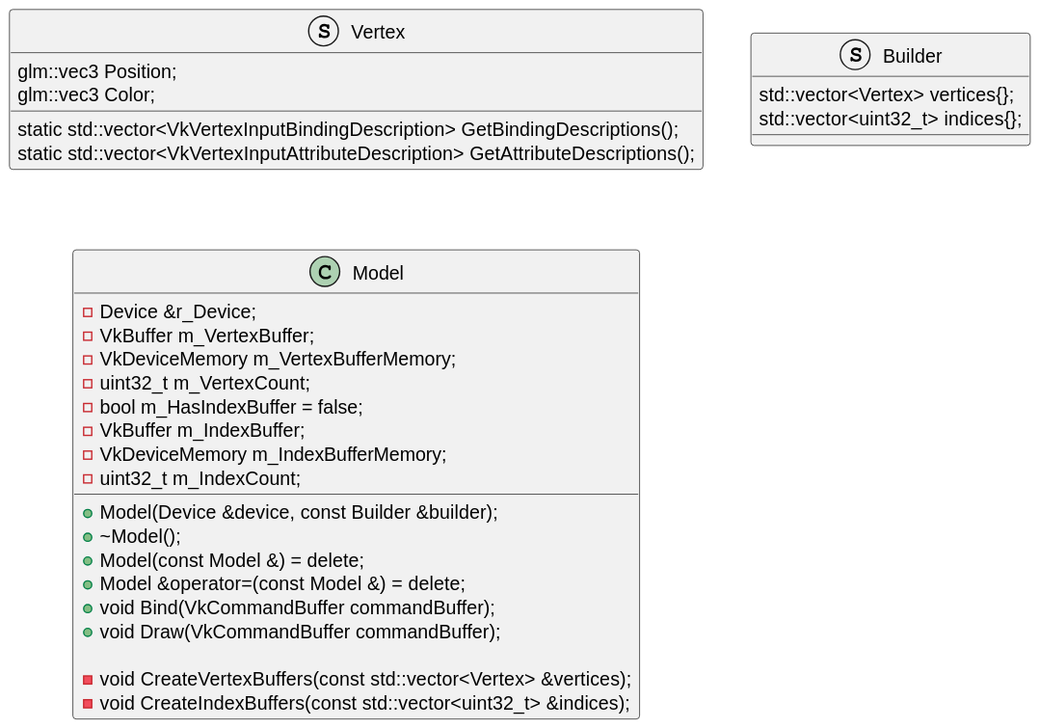
Before: res/model.svg, a diagram exported from PlantUML (BravoMando/BasicVulkanWarperUML). Source of this version:
```plantuml
@startuml
struct Vertex
{
    glm::vec3 Position;
    glm::vec3 Color;
    static std::vector<VkVertexInputBindingDescription> GetBindingDescriptions();
    static std::vector<VkVertexInputAttributeDescription> GetAttributeDescriptions();
}

struct Builder
{
    std::vector<Vertex> vertices{};
    std::vector<uint32_t> indices{};
}

class Model
{
    + Model(Device &device, const Builder &builder);
    + \~Model();
    + Model(const Model &) = delete;
    + Model &operator=(const Model &) = delete;
    + void Bind(VkCommandBuffer commandBuffer);
    + void Draw(VkCommandBuffer commandBuffer);

    - void CreateVertexBuffers(const std::vector<Vertex> &vertices);
    - void CreateIndexBuffers(const std::vector<uint32_t> &indices);

    - Device &r_Device;
    - VkBuffer m_VertexBuffer;
    - VkDeviceMemory m_VertexBufferMemory;
    - uint32_t m_VertexCount;
    - bool m_HasIndexBuffer = false;
    - VkBuffer m_IndexBuffer;
    - VkDeviceMemory m_IndexBufferMemory;
    - uint32_t m_IndexCount;
}
@enduml
```
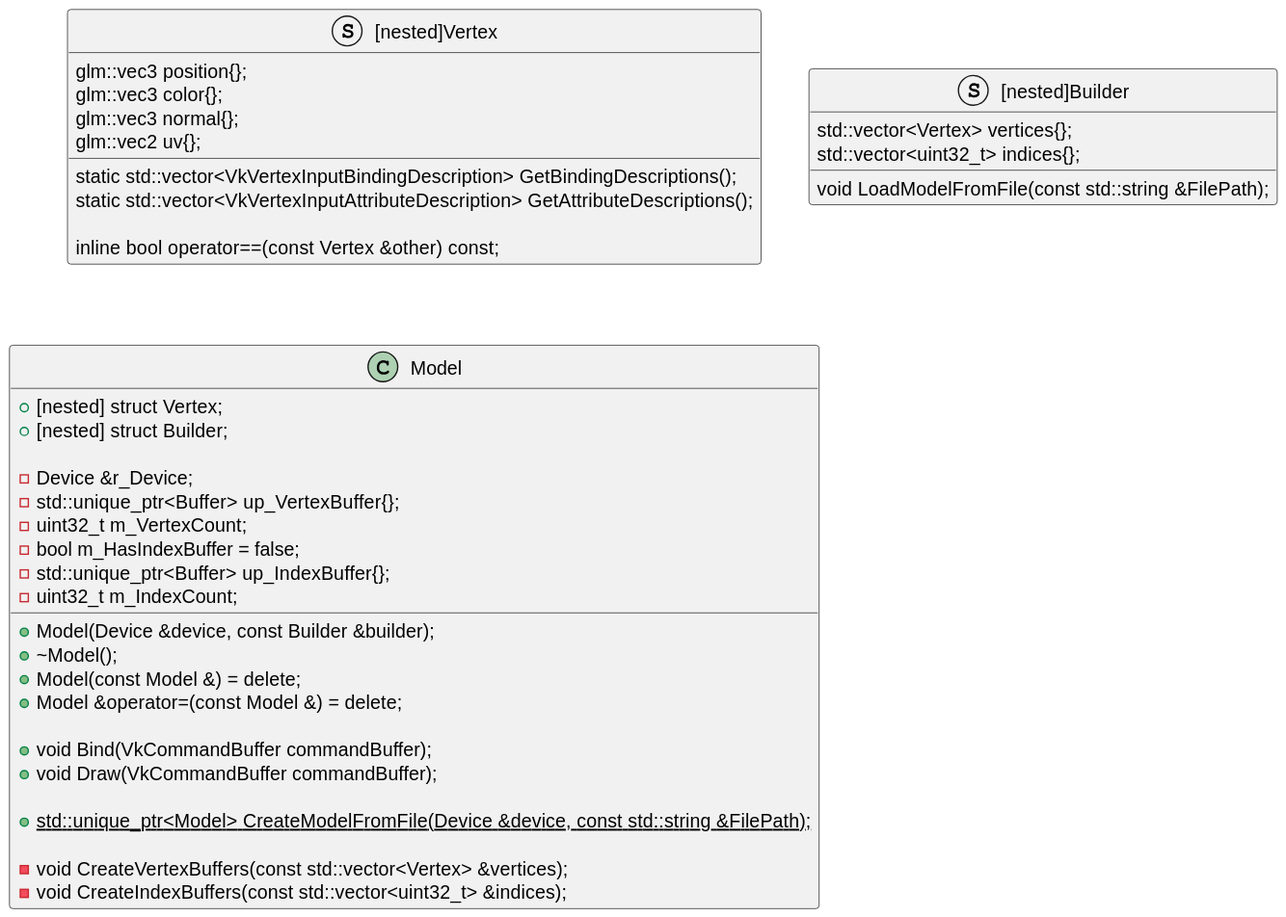
Above is the later version.

The edit, as a diff of the source:
```diff
@@ -1,16 +1,24 @@
 @startuml
-struct Vertex
+struct [nested]Vertex
 {
-    glm::vec3 Position;
-    glm::vec3 Color;
+    glm::vec3 position{};
+    glm::vec3 color{};
+    glm::vec3 normal{};
+    glm::vec2 uv{};
+
     static std::vector<VkVertexInputBindingDescription> GetBindingDescriptions();
     static std::vector<VkVertexInputAttributeDescription> GetAttributeDescriptions();
+
+    inline bool operator==(const Vertex &other) const;
 }
 
-struct Builder
+struct [nested]Builder
 {
     std::vector<Vertex> vertices{};
     std::vector<uint32_t> indices{};
+
+    void LoadModelFromFile(const std::string &FilePath);
+
 }
 
 class Model
@@ -19,19 +27,23 @@
     + \~Model();
     + Model(const Model &) = delete;
     + Model &operator=(const Model &) = delete;
+
     + void Bind(VkCommandBuffer commandBuffer);
     + void Draw(VkCommandBuffer commandBuffer);
+
+    + {static} std::unique_ptr<Model> CreateModelFromFile(Device &device, const std::string &FilePath);
 
     - void CreateVertexBuffers(const std::vector<Vertex> &vertices);
     - void CreateIndexBuffers(const std::vector<uint32_t> &indices);
 
+    + [nested] struct Vertex;
+    + [nested] struct Builder;
+
     - Device &r_Device;
-    - VkBuffer m_VertexBuffer;
-    - VkDeviceMemory m_VertexBufferMemory;
+    - std::unique_ptr<Buffer> up_VertexBuffer{};
     - uint32_t m_VertexCount;
     - bool m_HasIndexBuffer = false;
-    - VkBuffer m_IndexBuffer;
-    - VkDeviceMemory m_IndexBufferMemory;
+    - std::unique_ptr<Buffer> up_IndexBuffer{};
     - uint32_t m_IndexCount;
 }
 @enduml
```
